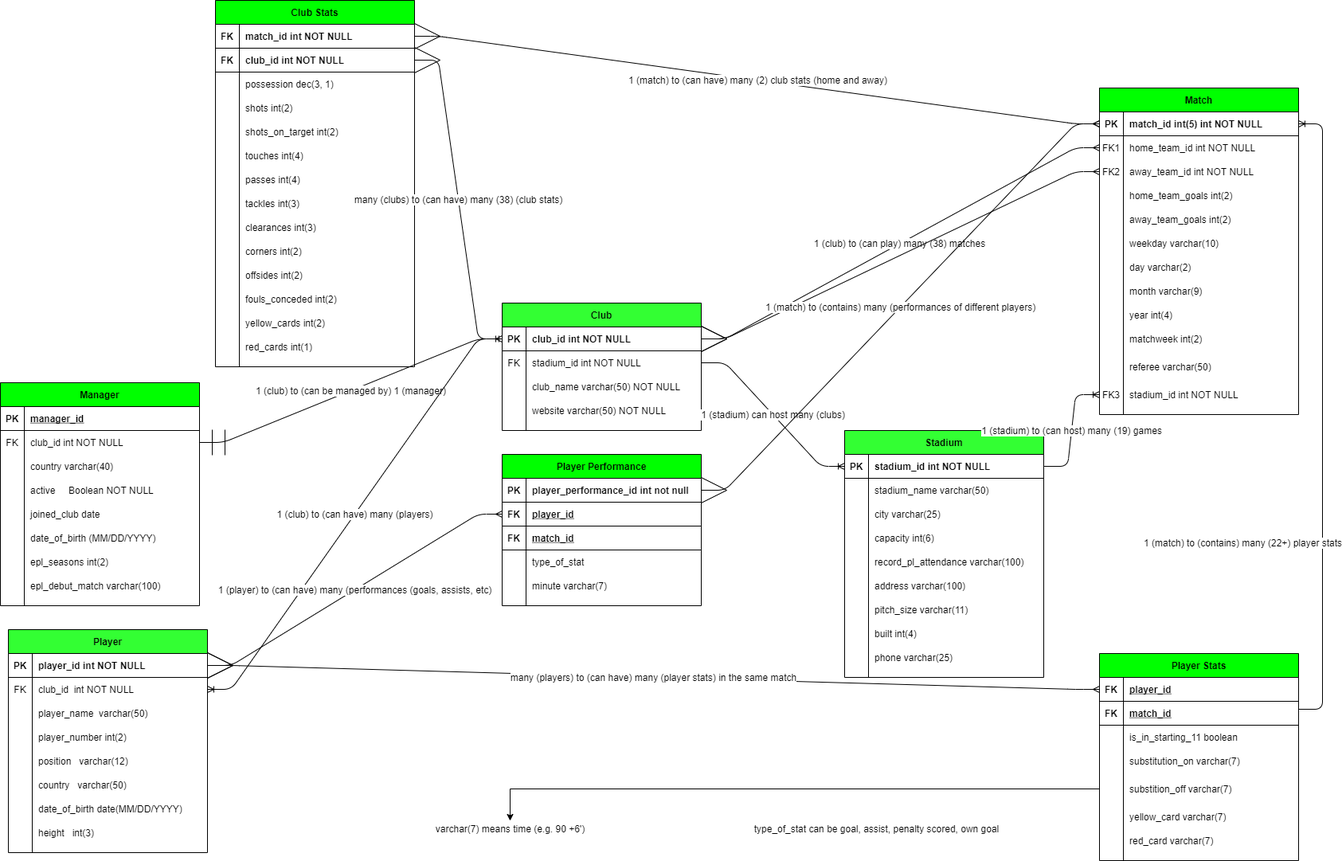
Above: Premier League Database Model.png in narekzamanyan97/Scraped-EPL-Data-Into-a-Database (draw.io), before the change. Source tidied: cells renumbered, new cells last; positions are measured from the earlier drawing's top-left corner, leaving out a move shared by most shapes.
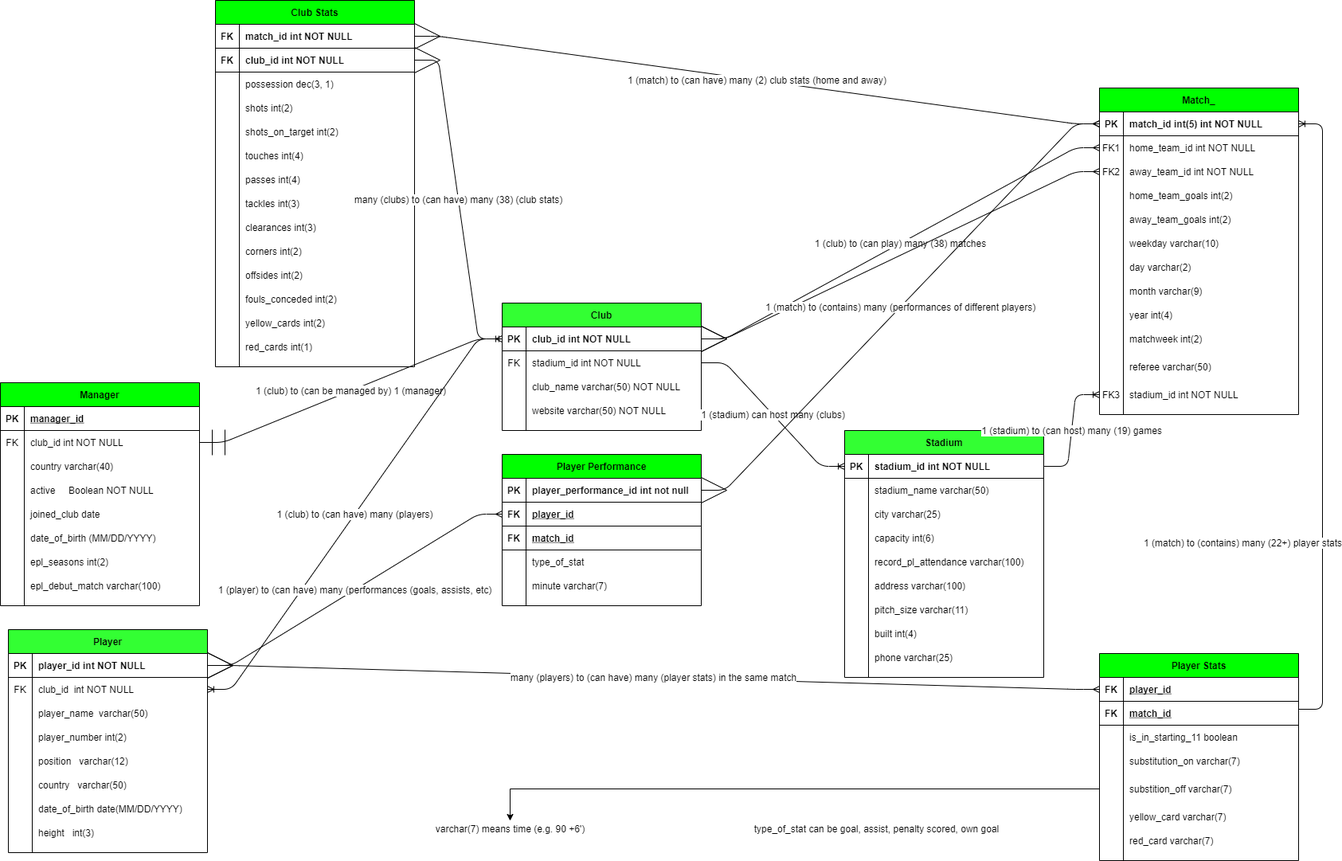
After the commit.

Commit message:
match is a keyword in SQL. Changed it to match_.png

Diff of the diagram source:
```diff
@@ -77,7 +77,7 @@
     <mxCell id="26" value="epl_debut_match varchar(100)" style="shape=partialRectangle;overflow=hidden;fillColor=none;top=0;left=0;bottom=0;right=0;align=left;spacingLeft=6;" parent="24" vertex="1">
       <mxGeometry x="30" width="220" height="30" as="geometry" />
     </mxCell>
-    <mxCell id="27" value="Match" style="shape=table;startSize=30;rowLines=0;fontStyle=1;align=center;fillColor=#00FF00;" parent="1" vertex="1">
+    <mxCell id="27" value="Match_" style="shape=table;startSize=30;rowLines=0;fontStyle=1;align=center;fillColor=#00FF00;" parent="1" vertex="1">
       <mxGeometry x="1380" y="110" width="250" height="410" as="geometry" />
     </mxCell>
     <mxCell id="28" style="shape=partialRectangle;fillColor=none;points=[[0,0.5],[1,0.5]];portConstraint=eastwest;top=0;left=0;right=0;bottom=1;" parent="27" vertex="1">
```
